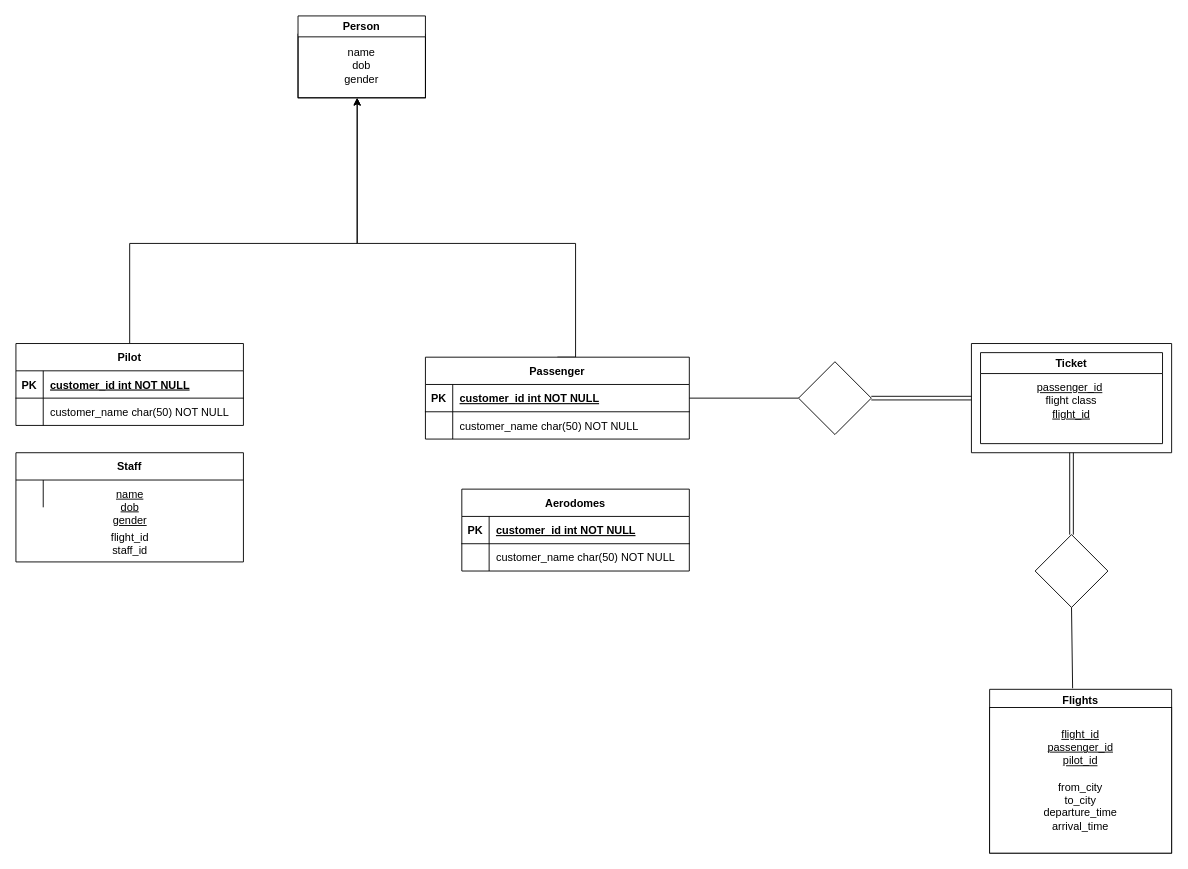
The draw.io diagram Database.drawio in adarsh-kishore786/IT252-Project, before the edit. Source tidied: cells renumbered, new cells numbered last; positions are measured from the earlier drawing's top-left corner, leaving out a move shared by most shapes. Both pictures are drawn from the tidied source at 91%, with x=0, y=0 at pixel (15, 15).
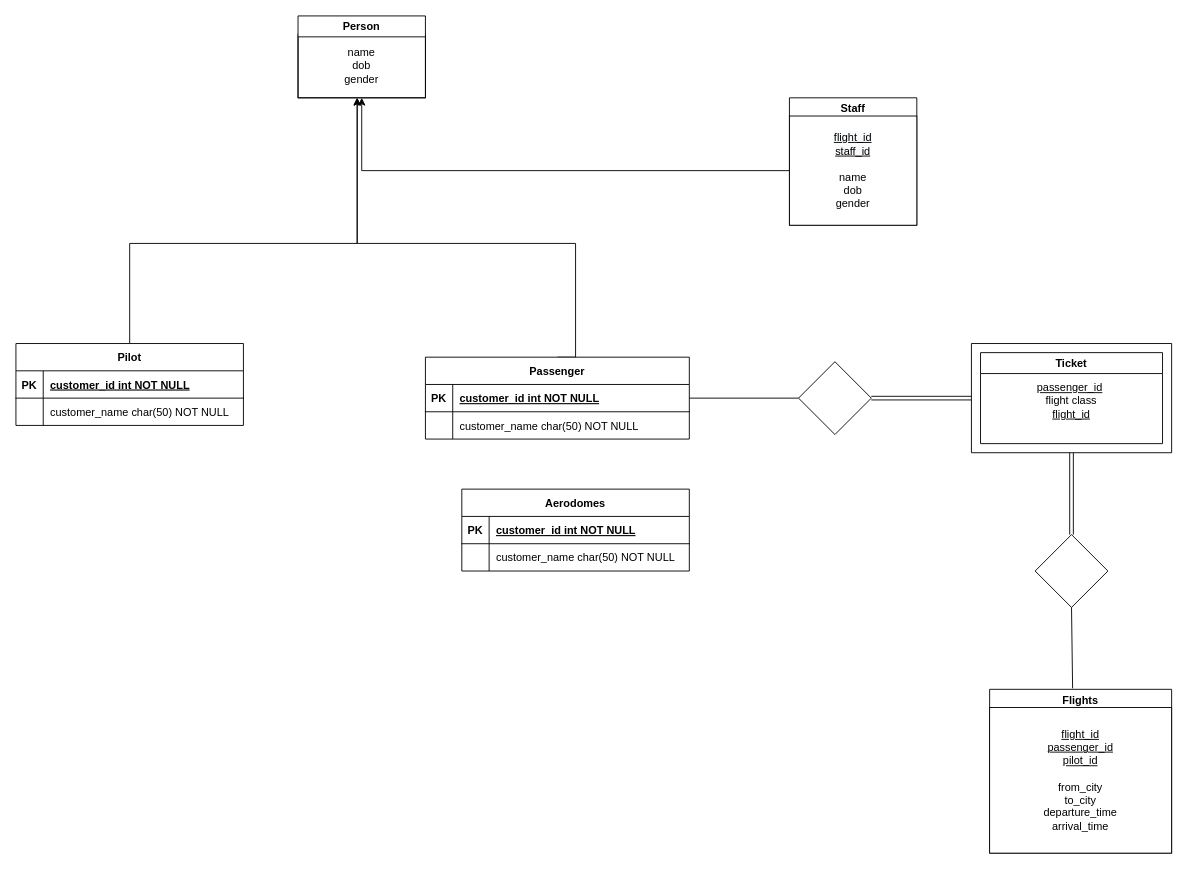
Above is the later version.

Commit message:
made changes to staff

The change refers to these unchanged cells:
```xml
<mxCell id="41" value="Person" style="swimlane;" parent="1" vertex="1">
  <mxGeometry x="310" width="140" height="90" as="geometry" />
</mxCell>
```

The edit, as a diff of the source:
```diff
@@
-    <mxCell id="25" value="Staff" style="shape=table;startSize=30;childLayout=tableLayout;rowLines=0;fontStyle=1;align=center;" parent="1" vertex="1">
-      <mxGeometry y="480" width="250" height="120" as="geometry" />
-    </mxCell>
-    <mxCell id="26" style="shape=partialRectangle;fillColor=none;top=0;left=0;right=0;bottom=0;" parent="25" vertex="1">
-      <mxGeometry y="30" width="250" height="30" as="geometry" />
-    </mxCell>
-    <mxCell id="27" style="shape=partialRectangle;overflow=hidden;fillColor=none;top=0;left=0;bottom=0;right=0;" parent="26" vertex="1">
-      <mxGeometry width="30" height="30" as="geometry" />
-    </mxCell>
-    <mxCell id="28" style="shape=partialRectangle;overflow=hidden;fillColor=none;top=0;left=0;bottom=0;right=0;align=left;spacingLeft=6;fontStyle=4;" parent="26" vertex="1">
-      <mxGeometry x="30" width="220" height="30" as="geometry" />
-    </mxCell>
@@
-    <mxCell id="42" value="&lt;u&gt;&lt;span&gt;name&lt;/span&gt;&lt;br&gt;&lt;span&gt;dob&lt;/span&gt;&lt;br&gt;&lt;span&gt;gender&lt;br&gt;&lt;/span&gt;&lt;/u&gt;" style="text;html=1;align=center;verticalAlign=middle;strokeColor=none;" parent="1" vertex="1">
-      <mxGeometry x="100" y="515" width="50" height="50" as="geometry" />
-    </mxCell>
-    <mxCell id="43" value="flight_id&lt;br&gt;staff_id" style="text;html=1;align=center;verticalAlign=middle;strokeColor=none;" parent="1" vertex="1">
-      <mxGeometry x="95" y="565" width="60" height="30" as="geometry" />
-    </mxCell>
+    <mxCell id="25" value="Staff" style="swimlane;" parent="1" vertex="1">
+      <mxGeometry x="850" y="90" width="140" height="140" as="geometry" />
+    </mxCell>
+    <mxCell id="44" value="&lt;u&gt;&lt;span style=&quot;color: rgb(0 , 0 , 0) ; font-family: &amp;#34;helvetica&amp;#34; ; font-size: 12px ; font-style: normal ; font-weight: 400 ; letter-spacing: normal ; text-align: center ; text-indent: 0px ; text-transform: none ; word-spacing: 0px ; background-color: rgb(248 , 249 , 250) ; display: inline ; float: none&quot;&gt;flight_id&lt;/span&gt;&lt;br style=&quot;color: rgb(0 , 0 , 0) ; font-family: &amp;#34;helvetica&amp;#34; ; font-size: 12px ; font-style: normal ; font-weight: 400 ; letter-spacing: normal ; text-align: center ; text-indent: 0px ; text-transform: none ; word-spacing: 0px ; background-color: rgb(248 , 249 , 250)&quot;&gt;&lt;span style=&quot;color: rgb(0 , 0 , 0) ; font-family: &amp;#34;helvetica&amp;#34; ; font-size: 12px ; font-style: normal ; font-weight: 400 ; letter-spacing: normal ; text-align: center ; text-indent: 0px ; text-transform: none ; word-spacing: 0px ; background-color: rgb(248 , 249 , 250) ; display: inline ; float: none&quot;&gt;staff_id&lt;/span&gt;&lt;br&gt;&lt;/u&gt;&lt;br&gt;name&lt;br&gt;dob&lt;br&gt;gender" style="rounded=0;whiteSpace=wrap;html=1;" parent="25" vertex="1">
+      <mxGeometry y="20" width="140" height="120" as="geometry" />
+    </mxCell>
+    <mxCell id="45" style="edgeStyle=orthogonalEdgeStyle;rounded=0;jettySize=auto;html=1;exitX=0;exitY=0.5;exitDx=0;exitDy=0;entryX=0.5;entryY=1;entryDx=0;entryDy=0;" parent="1" edge="1" source="44" target="41">
+      <mxGeometry relative="1" as="geometry" />
+    </mxCell>
```
